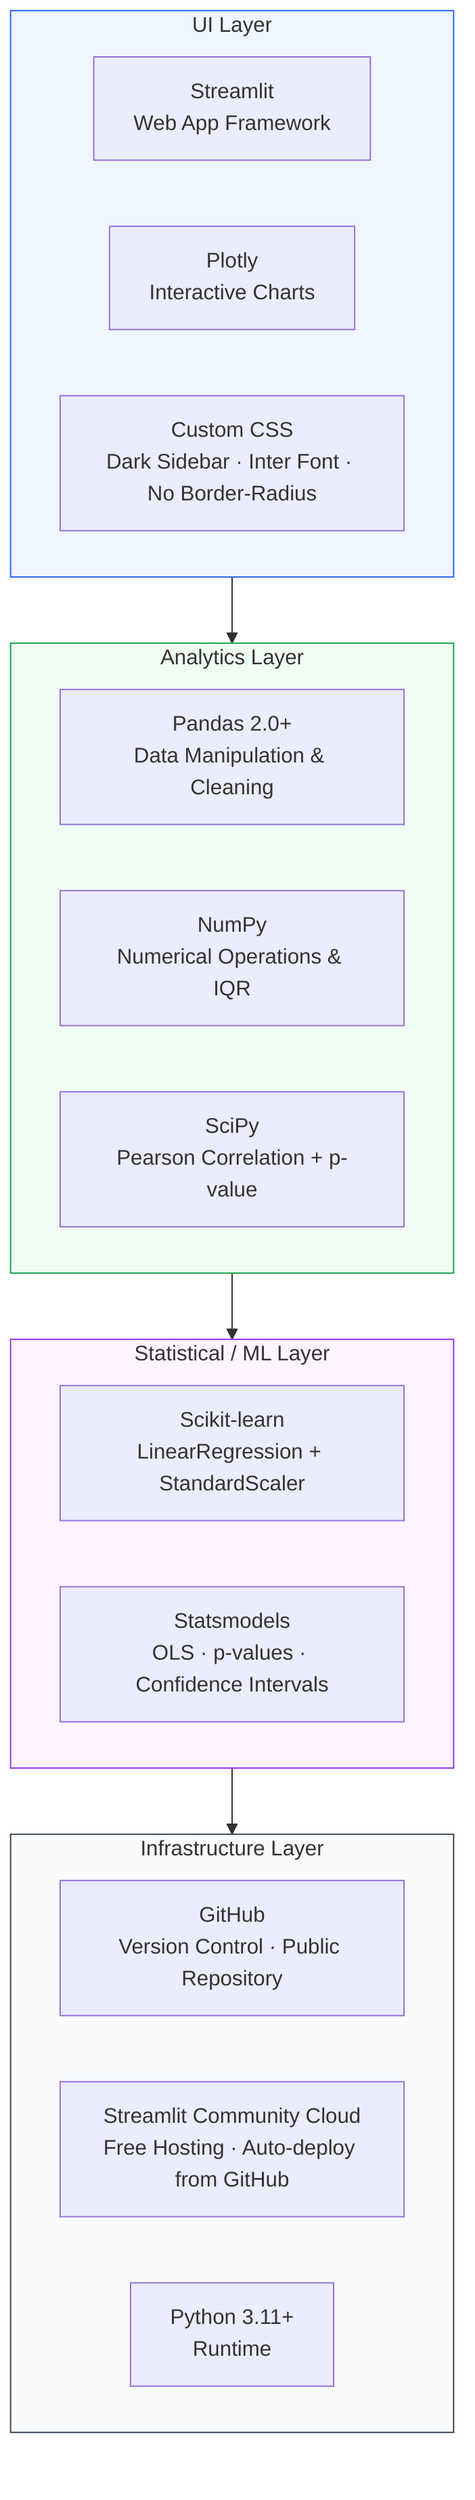
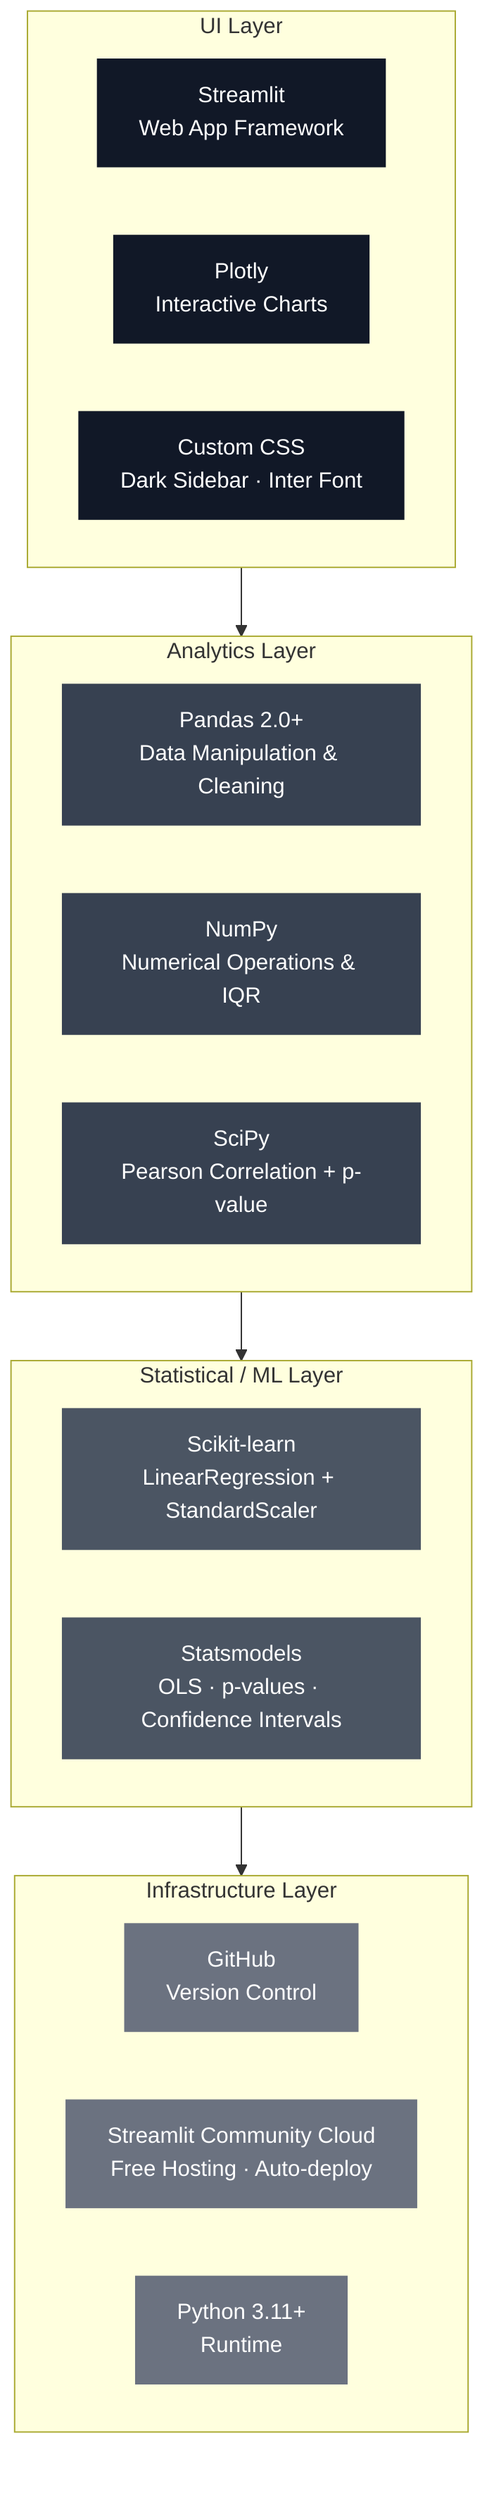
flowchart TB
    subgraph UI["UI Layer"]
        ST["Streamlit\nWeb App Framework"]
        PL["Plotly\nInteractive Charts"]
-         CSS["Custom CSS\nDark Sidebar · Inter Font · No Border-Radius"]
+         CSS["Custom CSS\nDark Sidebar · Inter Font"]
    end

    subgraph ANALYTICS["Analytics Layer"]
        PD["Pandas 2.0+\nData Manipulation & Cleaning"]
        NP["NumPy\nNumerical Operations & IQR"]
        SP["SciPy\nPearson Correlation + p-value"]
    end

    subgraph ML["Statistical / ML Layer"]
        SK["Scikit-learn\nLinearRegression + StandardScaler"]
        SM["Statsmodels\nOLS · p-values · Confidence Intervals"]
    end

    subgraph INFRA["Infrastructure Layer"]
-         GH["GitHub\nVersion Control · Public Repository"]
-         SLC["Streamlit Community Cloud\nFree Hosting · Auto-deploy from GitHub"]
+         GH["GitHub\nVersion Control"]
+         SLC["Streamlit Community Cloud\nFree Hosting · Auto-deploy"]
        PY["Python 3.11+\nRuntime"]
    end

    UI --> ANALYTICS
    ANALYTICS --> ML
    ML --> INFRA

-     style UI fill:#eff6ff,stroke:#2563eb
-     style ANALYTICS fill:#f0fdf4,stroke:#16a34a
-     style ML fill:#fdf4ff,stroke:#9333ea
-     style INFRA fill:#f8fafc,stroke:#374151
+     style ST fill:#111827,color:#ffffff,stroke:#111827
+     style PL fill:#111827,color:#ffffff,stroke:#111827
+     style CSS fill:#111827,color:#ffffff,stroke:#111827
+     style PD fill:#374151,color:#ffffff,stroke:#374151
+     style NP fill:#374151,color:#ffffff,stroke:#374151
+     style SP fill:#374151,color:#ffffff,stroke:#374151
+     style SK fill:#4b5563,color:#ffffff,stroke:#4b5563
+     style SM fill:#4b5563,color:#ffffff,stroke:#4b5563
+     style GH fill:#6b7280,color:#ffffff,stroke:#6b7280
+     style SLC fill:#6b7280,color:#ffffff,stroke:#6b7280
+     style PY fill:#6b7280,color:#ffffff,stroke:#6b7280
